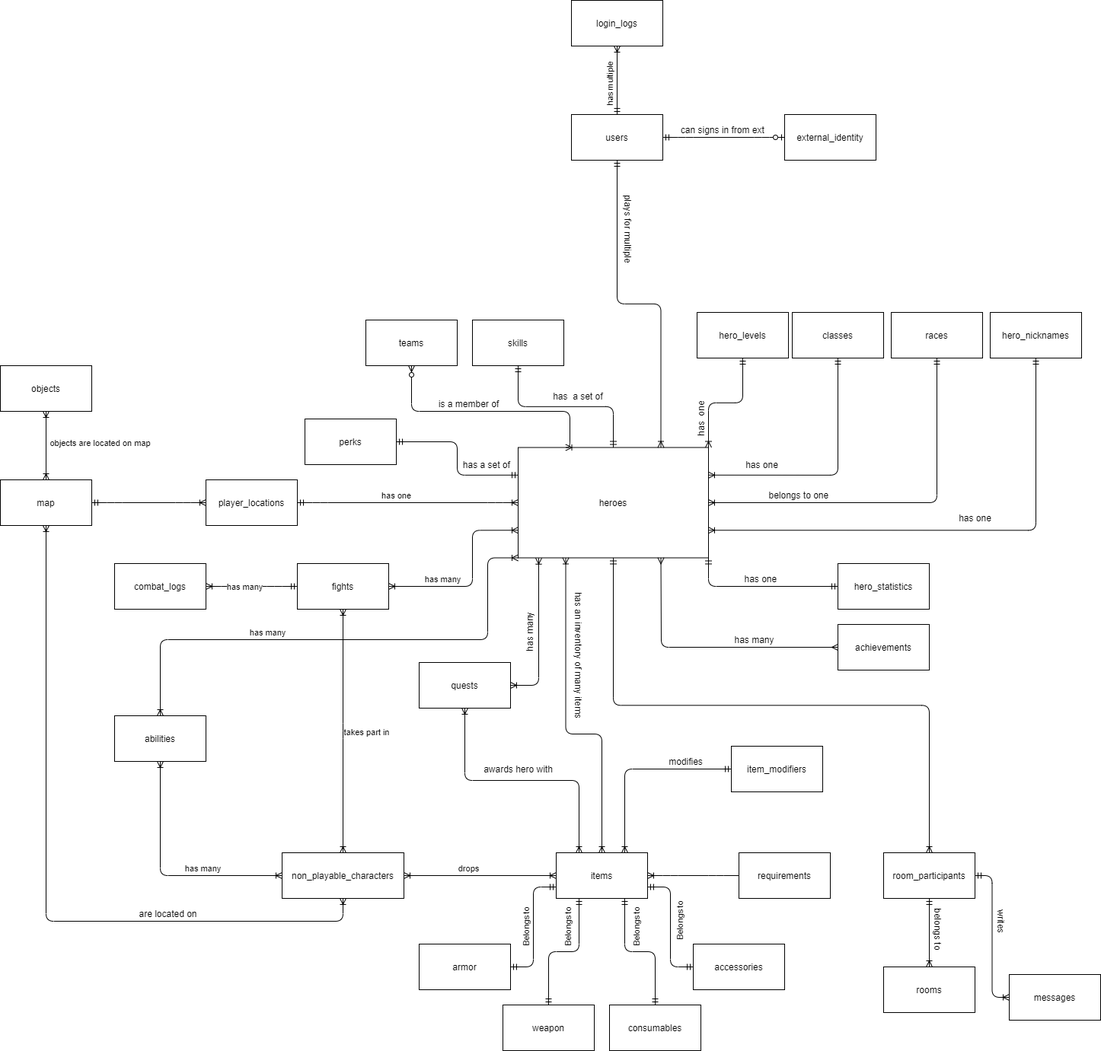
Before: logical_model.png, a diagram exported from draw.io (pavol6999/rpg_game_dbschema). Source tidied: cells renumbered, new cells last; positions are measured from the earlier drawing's top-left corner, leaving out a move shared by most shapes.
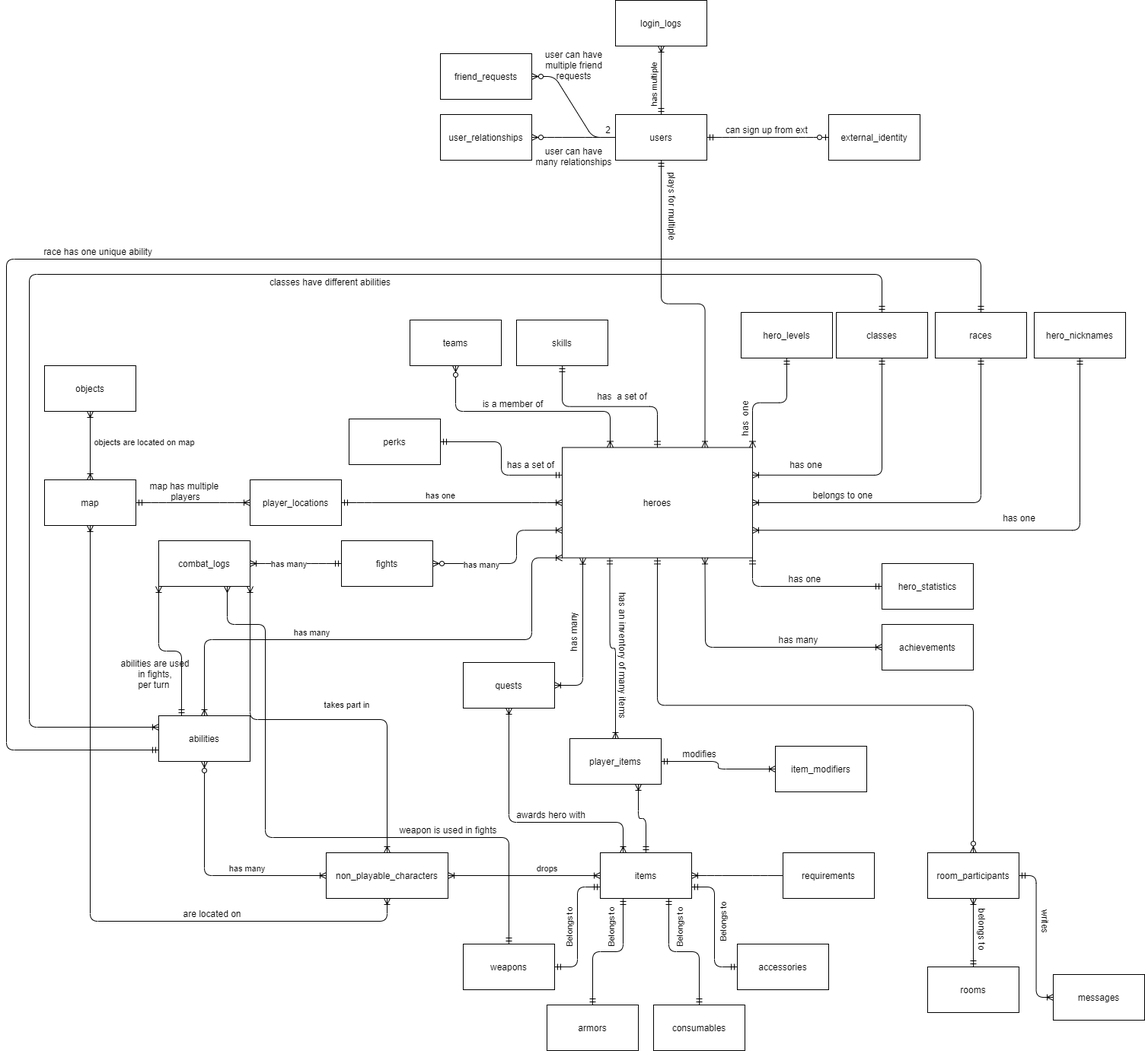
After the commit.

Commit message:
pridany logicky, fyzicky model

Change to the diagram source:
```diff
@@ -32,10 +32,10 @@
     <mxCell id="11" value="item_modifiers" style="whiteSpace=wrap;html=1;" parent="1" vertex="1">
       <mxGeometry x="960" y="980" width="120" height="60" as="geometry" />
     </mxCell>
-    <mxCell id="12" value="weapon" style="whiteSpace=wrap;html=1;" parent="1" vertex="1">
+    <mxCell id="12" value="armors" style="whiteSpace=wrap;html=1;" parent="1" vertex="1">
       <mxGeometry x="660" y="1320" width="120" height="60" as="geometry" />
     </mxCell>
-    <mxCell id="13" value="armor" style="whiteSpace=wrap;html=1;" parent="1" vertex="1">
+    <mxCell id="13" value="weapons" style="whiteSpace=wrap;html=1;" parent="1" vertex="1">
       <mxGeometry x="550" y="1240" width="120" height="60" as="geometry" />
     </mxCell>
     <mxCell id="14" value="requirements" style="whiteSpace=wrap;html=1;" parent="1" vertex="1">
@@ -54,10 +54,10 @@
       <mxGeometry x="1170" y="410" width="120" height="60" as="geometry" />
     </mxCell>
     <mxCell id="19" value="fights" style="whiteSpace=wrap;html=1;" parent="1" vertex="1">
-      <mxGeometry x="390" y="740" width="120" height="60" as="geometry" />
+      <mxGeometry x="390" y="710" width="120" height="60" as="geometry" />
     </mxCell>
     <mxCell id="20" value="combat_logs" style="whiteSpace=wrap;html=1;" parent="1" vertex="1">
-      <mxGeometry x="150" y="740" width="120" height="60" as="geometry" />
+      <mxGeometry x="150" y="710" width="120" height="60" as="geometry" />
     </mxCell>
     <mxCell id="21" value="hero_levels" style="whiteSpace=wrap;html=1;" parent="1" vertex="1">
       <mxGeometry x="915" y="410" width="120" height="60" as="geometry" />
@@ -170,10 +170,10 @@
         </Array>
       </mxGeometry>
     </mxCell>
-    <mxCell id="54" style="edgeStyle=orthogonalEdgeStyle;fontSize=12;html=1;endArrow=ERoneToMany;startArrow=ERoneToMany;exitX=1;exitY=0.5;exitDx=0;exitDy=0;entryX=0;entryY=0.75;entryDx=0;entryDy=0;" parent="1" edge="1" source="19" target="22">
+    <mxCell id="54" style="edgeStyle=orthogonalEdgeStyle;fontSize=12;html=1;endArrow=ERoneToMany;startArrow=ERzeroToMany;exitX=1;exitY=0.5;exitDx=0;exitDy=0;entryX=0;entryY=0.75;entryDx=0;entryDy=0;startFill=1;" parent="1" edge="1" source="19" target="22">
       <mxGeometry relative="1" as="geometry">
         <Array as="points">
-          <mxPoint x="620" y="770" />
+          <mxPoint x="620" y="740" />
           <mxPoint x="620" y="696" />
         </Array>
       </mxGeometry>
@@ -200,8 +200,8 @@
       <mxGeometry relative="1" as="geometry">
         <Array as="points">
           <mxPoint x="540" y="540" />
-          <mxPoint x="748" y="540" />
-          <mxPoint x="748" y="588" />
+          <mxPoint x="743" y="540" />
+          <mxPoint x="743" y="588" />
         </Array>
       </mxGeometry>
     </mxCell>
@@ -216,10 +216,7 @@
     <mxCell id="62" value="room_participants" style="whiteSpace=wrap;html=1;" parent="1" vertex="1">
       <mxGeometry x="1160" y="1120" width="120" height="60" as="geometry" />
     </mxCell>
-    <mxCell id="63" style="edgeStyle=orthogonalEdgeStyle;fontSize=12;html=1;endArrow=ERoneToMany;startArrow=ERmandOne;exitX=0.5;exitY=1;exitDx=0;exitDy=0;entryX=0.5;entryY=0;entryDx=0;entryDy=0;" parent="1" edge="1" source="22" target="62">
-      <mxGeometry relative="1" as="geometry" />
-    </mxCell>
-    <mxCell id="64" style="edgeStyle=orthogonalEdgeStyle;fontSize=12;html=1;endArrow=ERoneToMany;startArrow=ERmandOne;exitX=0.5;exitY=1;exitDx=0;exitDy=0;entryX=0.5;entryY=0;entryDx=0;entryDy=0;" parent="1" edge="1" source="62" target="5">
+    <mxCell id="64" style="edgeStyle=orthogonalEdgeStyle;fontSize=12;html=1;endArrow=ERoneToMany;startArrow=ERmandOne;entryX=0.5;entryY=1;entryDx=0;entryDy=0;exitX=0.5;exitY=0;exitDx=0;exitDy=0;" parent="1" edge="1" source="5" target="62">
       <mxGeometry relative="1" as="geometry" />
     </mxCell>
     <mxCell id="65" style="edgeStyle=orthogonalEdgeStyle;fontSize=12;html=1;endArrow=ERoneToMany;startArrow=ERmandOne;exitX=1;exitY=0.5;exitDx=0;exitDy=0;entryX=0;entryY=0.5;entryDx=0;entryDy=0;" parent="1" edge="1" source="62" target="4">
@@ -231,14 +228,6 @@
     <mxCell id="67" value="belongs to" style="text;html=1;align=center;verticalAlign=top;strokeColor=none;horizontal=0;rotation=180;" parent="1" vertex="1">
       <mxGeometry x="1175" y="1210" width="70" height="20" as="geometry" />
     </mxCell>
-    <mxCell id="68" style="edgeStyle=orthogonalEdgeStyle;fontSize=12;html=1;endArrow=ERoneToMany;startArrow=ERoneToMany;exitX=0.5;exitY=0;exitDx=0;exitDy=0;entryX=0.25;entryY=1;entryDx=0;entryDy=0;" parent="1" edge="1" source="9" target="22">
-      <mxGeometry relative="1" as="geometry">
-        <Array as="points">
-          <mxPoint x="790" y="964" />
-          <mxPoint x="743" y="964" />
-        </Array>
-      </mxGeometry>
-    </mxCell>
     <mxCell id="69" value="has an inventory of many items" style="text;html=1;align=center;verticalAlign=middle;strokeColor=none;rotation=90;" parent="1" vertex="1">
       <mxGeometry x="670" y="850" width="180" height="20" as="geometry" />
     </mxCell>
@@ -246,7 +235,7 @@
       <mxGeometry relative="1" as="geometry" />
     </mxCell>
     <mxCell id="71" value="plays for multiple" style="text;html=1;align=center;verticalAlign=middle;strokeColor=none;rotation=90;" parent="1" vertex="1">
-      <mxGeometry x="770" y="290" width="110" height="20" as="geometry" />
+      <mxGeometry x="770" y="260" width="110" height="20" as="geometry" />
     </mxCell>
     <mxCell id="72" style="edgeStyle=entityRelationEdgeStyle;fontSize=12;html=1;endArrow=ERzeroToOne;startArrow=ERmandOne;entryX=0;entryY=0.5;entryDx=0;entryDy=0;exitX=1;exitY=0.5;exitDx=0;exitDy=0;" parent="1" edge="1" source="2" target="23">
       <mxGeometry relative="1" as="geometry" />
@@ -259,7 +248,7 @@
         <mxPoint x="-12" y="17" as="offset" />
       </mxGeometry>
     </mxCell>
-    <mxCell id="75" value="can signs in from ext&amp;nbsp;" style="text;html=1;align=center;verticalAlign=middle;strokeColor=none;" parent="1" vertex="1">
+    <mxCell id="75" value="can sign up from ext&amp;nbsp;" style="text;html=1;align=center;verticalAlign=middle;strokeColor=none;" parent="1" vertex="1">
       <mxGeometry x="885" y="160" width="130" height="20" as="geometry" />
     </mxCell>
     <mxCell id="76" style="edgeStyle=orthogonalEdgeStyle;fontSize=12;html=1;endArrow=ERoneToMany;startArrow=ERoneToMany;exitX=0.5;exitY=0;exitDx=0;exitDy=0;entryX=0.5;entryY=1;entryDx=0;entryDy=0;" parent="1" edge="1" source="3" target="7">
@@ -270,11 +259,11 @@
         <mxPoint x="70" y="-1" as="offset" />
       </mxGeometry>
     </mxCell>
-    <mxCell id="78" style="edgeStyle=orthogonalEdgeStyle;fontSize=12;html=1;endArrow=ERoneToMany;startArrow=ERmandOne;strokeColor=#000000;exitX=0;exitY=0.5;exitDx=0;exitDy=0;entryX=0.75;entryY=0;entryDx=0;entryDy=0;" parent="1" edge="1" source="11" target="9">
+    <mxCell id="78" style="edgeStyle=orthogonalEdgeStyle;fontSize=12;html=1;endArrow=ERoneToMany;startArrow=ERmandOne;strokeColor=#000000;exitX=0.5;exitY=0;exitDx=0;exitDy=0;entryX=0.75;entryY=1;entryDx=0;entryDy=0;" parent="1" edge="1" source="9" target="113">
       <mxGeometry relative="1" as="geometry" />
     </mxCell>
     <mxCell id="79" value="modifies" style="text;html=1;align=center;verticalAlign=middle;strokeColor=none;" parent="1" vertex="1">
-      <mxGeometry x="870" y="990" width="60" height="20" as="geometry" />
+      <mxGeometry x="830" y="980" width="60" height="20" as="geometry" />
     </mxCell>
     <mxCell id="80" style="edgeStyle=orthogonalEdgeStyle;fontSize=12;html=1;endArrow=ERoneToMany;startArrow=ERoneToMany;strokeColor=#000000;exitX=0.5;exitY=0;exitDx=0;exitDy=0;entryX=0;entryY=1;entryDx=0;entryDy=0;" parent="1" edge="1" source="6" target="22">
       <mxGeometry relative="1" as="geometry">
@@ -290,7 +279,7 @@
         <mxPoint x="-93" y="-7" as="offset" />
       </mxGeometry>
     </mxCell>
-    <mxCell id="82" style="edgeStyle=elbowEdgeStyle;fontSize=12;html=1;endArrow=ERmany;startArrow=ERmany;strokeColor=#000000;exitX=0.75;exitY=1;exitDx=0;exitDy=0;entryX=0;entryY=0.5;entryDx=0;entryDy=0;" parent="1" edge="1" source="22" target="10">
+    <mxCell id="82" style="edgeStyle=elbowEdgeStyle;fontSize=12;html=1;endArrow=ERoneToMany;startArrow=ERoneToMany;strokeColor=#000000;exitX=0.75;exitY=1;exitDx=0;exitDy=0;entryX=0;entryY=0.5;entryDx=0;entryDy=0;startFill=0;endFill=0;" parent="1" edge="1" source="22" target="10">
       <mxGeometry relative="1" as="geometry">
         <Array as="points">
           <mxPoint x="868" y="800" />
@@ -300,7 +289,7 @@
     <mxCell id="83" value="has many" style="text;html=1;align=center;verticalAlign=middle;strokeColor=none;" parent="1" vertex="1">
       <mxGeometry x="955" y="830" width="70" height="20" as="geometry" />
     </mxCell>
-    <mxCell id="84" style="edgeStyle=orthogonalEdgeStyle;fontSize=12;html=1;endArrow=ERoneToMany;startArrow=ERoneToMany;strokeColor=#000000;exitX=0;exitY=0.5;exitDx=0;exitDy=0;entryX=0.5;entryY=1;entryDx=0;entryDy=0;" parent="1" edge="1" source="8" target="6">
+    <mxCell id="84" style="edgeStyle=orthogonalEdgeStyle;fontSize=12;html=1;endArrow=ERzeroToMany;startArrow=ERoneToMany;strokeColor=#000000;exitX=0;exitY=0.5;exitDx=0;exitDy=0;entryX=0.5;entryY=1;entryDx=0;entryDy=0;startFill=0;endFill=1;" parent="1" edge="1" source="8" target="6">
       <mxGeometry relative="1" as="geometry">
         <Array as="points">
           <mxPoint x="210" y="1150" />
@@ -312,12 +301,17 @@
         <mxPoint x="48" y="-13" as="offset" />
       </mxGeometry>
     </mxCell>
-    <mxCell id="86" style="edgeStyle=elbowEdgeStyle;fontSize=12;html=1;endArrow=ERoneToMany;startArrow=ERoneToMany;strokeColor=#000000;exitX=0.5;exitY=0;exitDx=0;exitDy=0;entryX=0.5;entryY=1;entryDx=0;entryDy=0;" parent="1" edge="1" source="8" target="19">
-      <mxGeometry relative="1" as="geometry" />
+    <mxCell id="86" style="edgeStyle=orthogonalEdgeStyle;fontSize=12;html=1;endArrow=ERoneToMany;startArrow=ERoneToMany;strokeColor=#000000;exitX=0.5;exitY=0;exitDx=0;exitDy=0;entryX=1;entryY=1;entryDx=0;entryDy=0;" parent="1" edge="1" source="8" target="20">
+      <mxGeometry relative="1" as="geometry">
+        <Array as="points">
+          <mxPoint x="450" y="945" />
+          <mxPoint x="270" y="945" />
+        </Array>
+      </mxGeometry>
     </mxCell>
     <mxCell id="87" value="takes part in" style="edgeLabel;html=1;align=center;verticalAlign=middle;" parent="86" vertex="1">
       <mxGeometry x="-0.02" y="3" relative="1" as="geometry">
-        <mxPoint x="33" y="-2" as="offset" />
+        <mxPoint x="33" y="-23" as="offset" />
       </mxGeometry>
     </mxCell>
     <mxCell id="88" style="edgeStyle=orthogonalEdgeStyle;fontSize=12;html=1;endArrow=ERoneToMany;startArrow=ERoneToMany;strokeColor=#000000;exitX=1;exitY=0.5;exitDx=0;exitDy=0;entryX=0;entryY=0.5;entryDx=0;entryDy=0;" parent="1" edge="1" source="8" target="9">
@@ -325,7 +319,7 @@
     </mxCell>
     <mxCell id="89" value="drops" style="edgeLabel;html=1;align=center;verticalAlign=middle;" parent="88" vertex="1">
       <mxGeometry x="-0.02" y="3" relative="1" as="geometry">
-        <mxPoint x="-14" y="-7" as="offset" />
+        <mxPoint x="31" y="-7" as="offset" />
       </mxGeometry>
     </mxCell>
     <mxCell id="90" style="edgeStyle=orthogonalEdgeStyle;fontSize=12;html=1;endArrow=ERoneToMany;startArrow=ERoneToMany;strokeColor=#000000;exitX=0.5;exitY=1;exitDx=0;exitDy=0;entryX=0.5;entryY=1;entryDx=0;entryDy=0;" parent="1" edge="1" source="3" target="8">
@@ -357,10 +351,94 @@
       <mxGeometry relative="1" as="geometry" />
     </mxCell>
     <mxCell id="96" style="edgeStyle=orthogonalEdgeStyle;fontSize=12;html=1;endArrow=ERoneToMany;startArrow=ERoneToMany;strokeColor=#000000;entryX=0.5;entryY=1;entryDx=0;entryDy=0;exitX=0.25;exitY=0;exitDx=0;exitDy=0;" parent="1" edge="1" source="9" target="30">
-      <mxGeometry relative="1" as="geometry" />
+      <mxGeometry relative="1" as="geometry">
+        <Array as="points">
+          <mxPoint x="760" y="1080" />
+          <mxPoint x="610" y="1080" />
+        </Array>
+      </mxGeometry>
     </mxCell>
     <mxCell id="97" value="awards hero with" style="text;html=1;align=center;verticalAlign=middle;strokeColor=none;" parent="1" vertex="1">
-      <mxGeometry x="625" y="1000" width="110" height="20" as="geometry" />
+      <mxGeometry x="610" y="1060" width="110" height="20" as="geometry" />
     </mxCell>
+    <mxCell id="98" value="friend_requests" style="whiteSpace=wrap;html=1;" parent="1" vertex="1">
+      <mxGeometry x="520" y="70" width="120" height="60" as="geometry" />
+    </mxCell>
+    <mxCell id="99" value="user can have&lt;br&gt;multiple friend&lt;br&gt;requests" style="text;html=1;align=center;verticalAlign=middle;strokeColor=none;" parent="1" vertex="1">
+      <mxGeometry x="650" y="60" width="90" height="50" as="geometry" />
+    </mxCell>
+    <mxCell id="100" style="edgeStyle=entityRelationEdgeStyle;fontSize=12;html=1;endArrow=ERzeroToMany;endFill=1;strokeColor=#000000;exitX=0;exitY=0.5;exitDx=0;exitDy=0;entryX=1;entryY=0.5;entryDx=0;entryDy=0;" parent="1" edge="1" source="2" target="98">
+      <mxGeometry relative="1" as="geometry" />
+    </mxCell>
+    <mxCell id="101" value="user_relationships" style="whiteSpace=wrap;html=1;" parent="1" vertex="1">
+      <mxGeometry x="520" y="150" width="120" height="60" as="geometry" />
+    </mxCell>
+    <mxCell id="102" style="edgeStyle=entityRelationEdgeStyle;fontSize=12;html=1;endArrow=ERzeroToMany;endFill=1;strokeColor=#000000;exitX=0;exitY=0.5;exitDx=0;exitDy=0;entryX=1;entryY=0.5;entryDx=0;entryDy=0;" parent="1" edge="1" source="2" target="101">
+      <mxGeometry relative="1" as="geometry" />
+    </mxCell>
+    <mxCell id="103" value="user can have&lt;br&gt;many relationships" style="text;html=1;align=center;verticalAlign=middle;strokeColor=none;" parent="1" vertex="1">
+      <mxGeometry x="635" y="190" width="120" height="30" as="geometry" />
+    </mxCell>
+    <mxCell id="63" style="edgeStyle=orthogonalEdgeStyle;fontSize=12;html=1;endArrow=ERzeroToMany;startArrow=ERmandOne;strokeColor=#000000;exitX=0.5;exitY=1;exitDx=0;exitDy=0;entryX=0.5;entryY=0;entryDx=0;entryDy=0;" parent="1" edge="1" source="22" target="62">
+      <mxGeometry relative="1" as="geometry" />
+    </mxCell>
+    <mxCell id="104" style="edgeStyle=orthogonalEdgeStyle;fontSize=12;html=1;endArrow=ERoneToMany;startArrow=ERmandOne;strokeColor=#000000;exitX=0.25;exitY=0;exitDx=0;exitDy=0;entryX=0;entryY=1;entryDx=0;entryDy=0;startFill=0;" parent="1" edge="1" source="6" target="20">
+      <mxGeometry relative="1" as="geometry" />
+    </mxCell>
+    <mxCell id="105" value="abilities are used&lt;br&gt;in fights,&lt;br&gt;per turn&amp;nbsp;" style="text;html=1;align=center;verticalAlign=middle;strokeColor=none;" parent="1" vertex="1">
+      <mxGeometry x="90" y="860" width="110" height="50" as="geometry" />
+    </mxCell>
+    <mxCell id="106" style="edgeStyle=orthogonalEdgeStyle;fontSize=12;html=1;endArrow=ERmany;startArrow=ERmandOne;strokeColor=#000000;entryX=0.75;entryY=1;entryDx=0;entryDy=0;exitX=0.5;exitY=0;exitDx=0;exitDy=0;endFill=0;startFill=0;" parent="1" edge="1" source="13" target="20">
+      <mxGeometry relative="1" as="geometry">
+        <Array as="points">
+          <mxPoint x="610" y="1100" />
+          <mxPoint x="290" y="1100" />
+          <mxPoint x="290" y="820" />
+          <mxPoint x="240" y="820" />
+        </Array>
+      </mxGeometry>
+    </mxCell>
+    <mxCell id="107" value="weapon is used in fights" style="text;html=1;align=center;verticalAlign=middle;strokeColor=none;" parent="1" vertex="1">
+      <mxGeometry x="460" y="1080" width="140" height="20" as="geometry" />
+    </mxCell>
+    <mxCell id="108" value="2" style="text;html=1;align=center;verticalAlign=middle;strokeColor=none;" parent="1" vertex="1">
+      <mxGeometry x="730" y="160" width="20" height="20" as="geometry" />
+    </mxCell>
+    <mxCell id="109" style="edgeStyle=orthogonalEdgeStyle;fontSize=12;html=1;endArrow=ERoneToMany;startArrow=ERmandOne;strokeColor=#000000;entryX=0;entryY=0.25;entryDx=0;entryDy=0;exitX=0.5;exitY=0;exitDx=0;exitDy=0;" parent="1" edge="1" source="17" target="6">
+      <mxGeometry relative="1" as="geometry">
+        <Array as="points">
+          <mxPoint x="1100" y="360" />
+          <mxPoint x="-20" y="360" />
+          <mxPoint x="-20" y="955" />
+        </Array>
+      </mxGeometry>
+    </mxCell>
+    <mxCell id="110" value="classes have different abilities" style="text;html=1;align=center;verticalAlign=middle;strokeColor=none;" parent="1" vertex="1">
+      <mxGeometry x="290" y="360" width="170" height="20" as="geometry" />
+    </mxCell>
+    <mxCell id="111" style="edgeStyle=orthogonalEdgeStyle;fontSize=12;html=1;endArrow=ERmandOne;startArrow=ERmandOne;strokeColor=#000000;exitX=0;exitY=0.75;exitDx=0;exitDy=0;entryX=0.5;entryY=0;entryDx=0;entryDy=0;" parent="1" edge="1" source="6" target="18">
+      <mxGeometry relative="1" as="geometry">
+        <Array as="points">
+          <mxPoint x="-50" y="985" />
+          <mxPoint x="-50" y="340" />
+          <mxPoint x="1230" y="340" />
+        </Array>
+      </mxGeometry>
+    </mxCell>
+    <mxCell id="112" value="race has one unique ability" style="text;html=1;align=center;verticalAlign=middle;strokeColor=none;" parent="1" vertex="1">
+      <mxGeometry x="-10" y="320" width="160" height="20" as="geometry" />
+    </mxCell>
+    <mxCell id="113" value="player_items" style="whiteSpace=wrap;html=1;" parent="1" vertex="1">
+      <mxGeometry x="690" y="970" width="120" height="60" as="geometry" />
+    </mxCell>
+    <mxCell id="114" style="edgeStyle=orthogonalEdgeStyle;fontSize=12;html=1;endArrow=ERoneToMany;startArrow=ERmandOne;strokeColor=#000000;exitX=0.25;exitY=1;exitDx=0;exitDy=0;entryX=0.5;entryY=0;entryDx=0;entryDy=0;" parent="1" edge="1" source="22" target="113">
+      <mxGeometry relative="1" as="geometry" />
+    </mxCell>
+    <mxCell id="115" style="edgeStyle=orthogonalEdgeStyle;fontSize=12;html=1;endArrow=ERoneToMany;startArrow=ERmandOne;strokeColor=#000000;exitX=1;exitY=0.5;exitDx=0;exitDy=0;entryX=0;entryY=0.5;entryDx=0;entryDy=0;" parent="1" edge="1" source="113" target="11">
+      <mxGeometry relative="1" as="geometry" />
+    </mxCell>
+    <mxCell id="116" value="map has multiple&amp;nbsp;&lt;br&gt;players" style="text;html=1;align=center;verticalAlign=middle;strokeColor=none;" parent="1" vertex="1">
+      <mxGeometry x="130" y="630" width="110" height="30" as="geometry" />
+    </mxCell>
   </root>
 </mxGraphModel>
```
